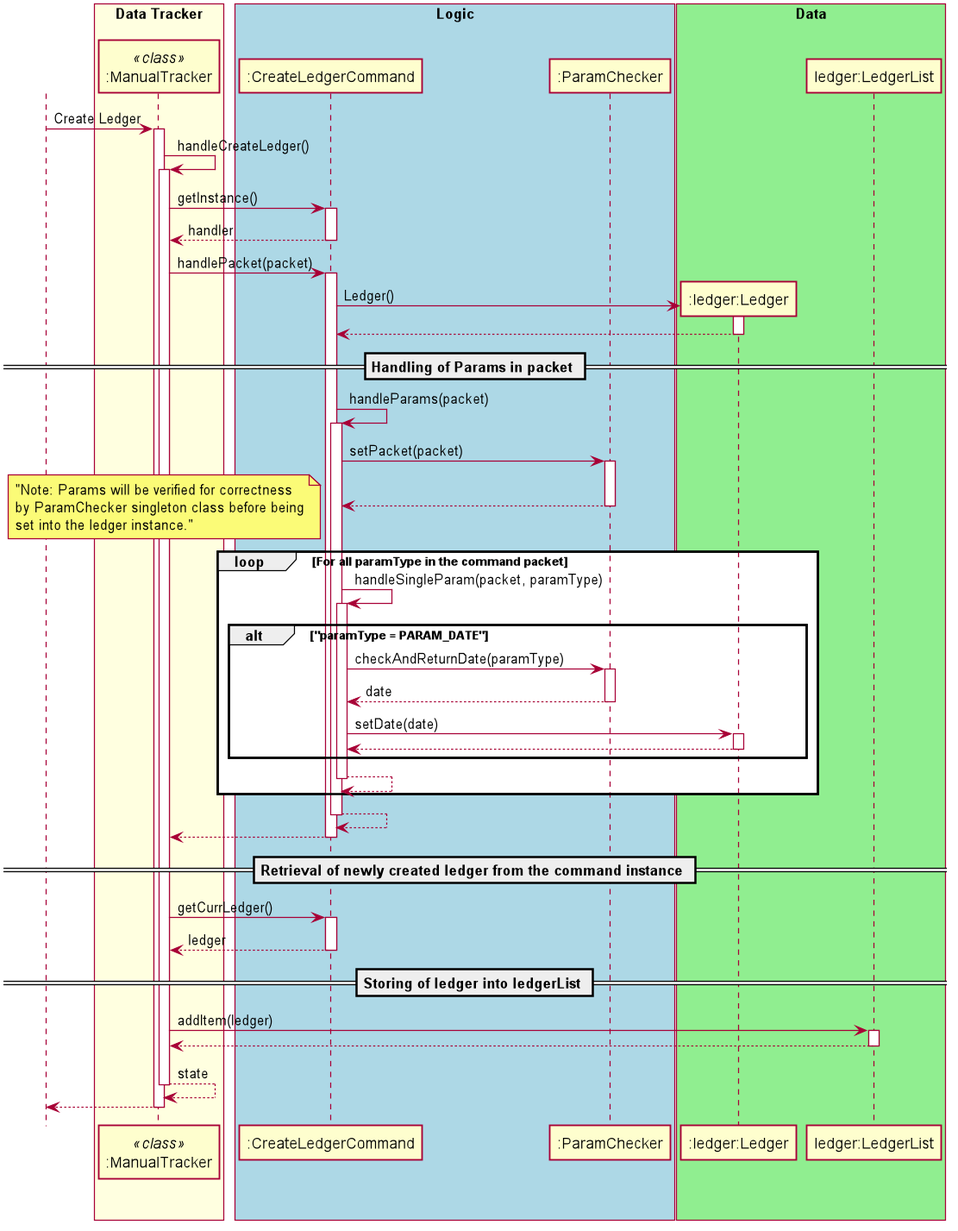
Above: docs/uml_images/images_updated/manualTrackerCreateLedgerSeqDiagram.png in nus-cs2113-AY2021S1/tp (PlantUML), before the change.
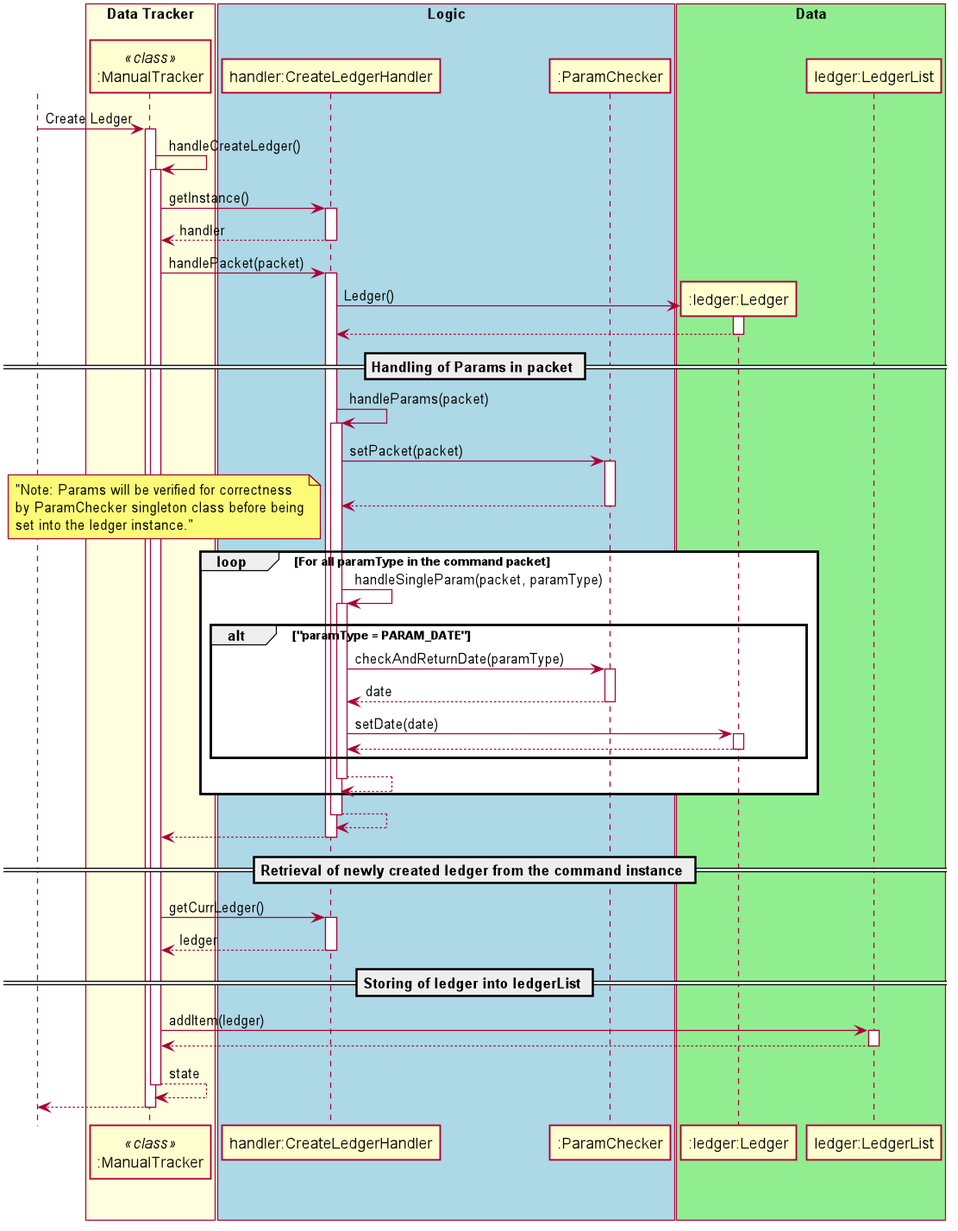
Above is the later version.

Diff of the diagram source:
```diff
@@ -18,7 +18,7 @@
 endBox
 
 box "Logic" #LightBlue
-participant ":CreateLedgerCommand"
+participant "handler:CreateLedgerHandler"
 participant ":ParamChecker"
 endBox
 
@@ -31,25 +31,25 @@
 
 manualTracker ->manualTracker: handleCreateLedger()
 
-   manualTracker-> ":CreateLedgerCommand" : getInstance()
+   manualTracker-> "handler:CreateLedgerHandler" : getInstance()
     return handler
 
-   manualTracker-> ":CreateLedgerCommand" : handlePacket(packet)
+   manualTracker-> "handler:CreateLedgerHandler" : handlePacket(packet)
 
         create ":ledger:Ledger"
-        ":CreateLedgerCommand" -> ":ledger:Ledger" : Ledger()
+        "handler:CreateLedgerHandler" -> ":ledger:Ledger" : Ledger()
         return
         == Handling of Params in packet ==
-        ":CreateLedgerCommand" -> ":CreateLedgerCommand" : handleParams(packet)
-            ":CreateLedgerCommand" -> ":ParamChecker" : setPacket(packet)
+        "handler:CreateLedgerHandler" -> "handler:CreateLedgerHandler" : handleParams(packet)
+            "handler:CreateLedgerHandler" -> ":ParamChecker" : setPacket(packet)
             return
             loop For all paramType in the command packet
                 note left: "Note: Params will be verified for correctness\nby ParamChecker singleton class before being\nset into the ledger instance."
-                ":CreateLedgerCommand" -> ":CreateLedgerCommand" : handleSingleParam(packet, paramType)
+                "handler:CreateLedgerHandler" -> "handler:CreateLedgerHandler" : handleSingleParam(packet, paramType)
                     alt "paramType = PARAM_DATE"
-                        ":CreateLedgerCommand" ->":ParamChecker": checkAndReturnDate(paramType)
+                        "handler:CreateLedgerHandler" ->":ParamChecker": checkAndReturnDate(paramType)
                         return date
-                        ":CreateLedgerCommand" -> ":ledger:Ledger" : setDate(date)
+                        "handler:CreateLedgerHandler" -> ":ledger:Ledger" : setDate(date)
                         return
                     end
                 return
@@ -57,7 +57,7 @@
         return
    return
    == Retrieval of newly created ledger from the command instance ==
-   manualTracker-> ":CreateLedgerCommand" : getCurrLedger()
+   manualTracker-> "handler:CreateLedgerHandler" : getCurrLedger()
    return ledger
    == Storing of ledger into ledgerList ==
    manualTracker-> "ledger:LedgerList" : addItem(ledger)
```
